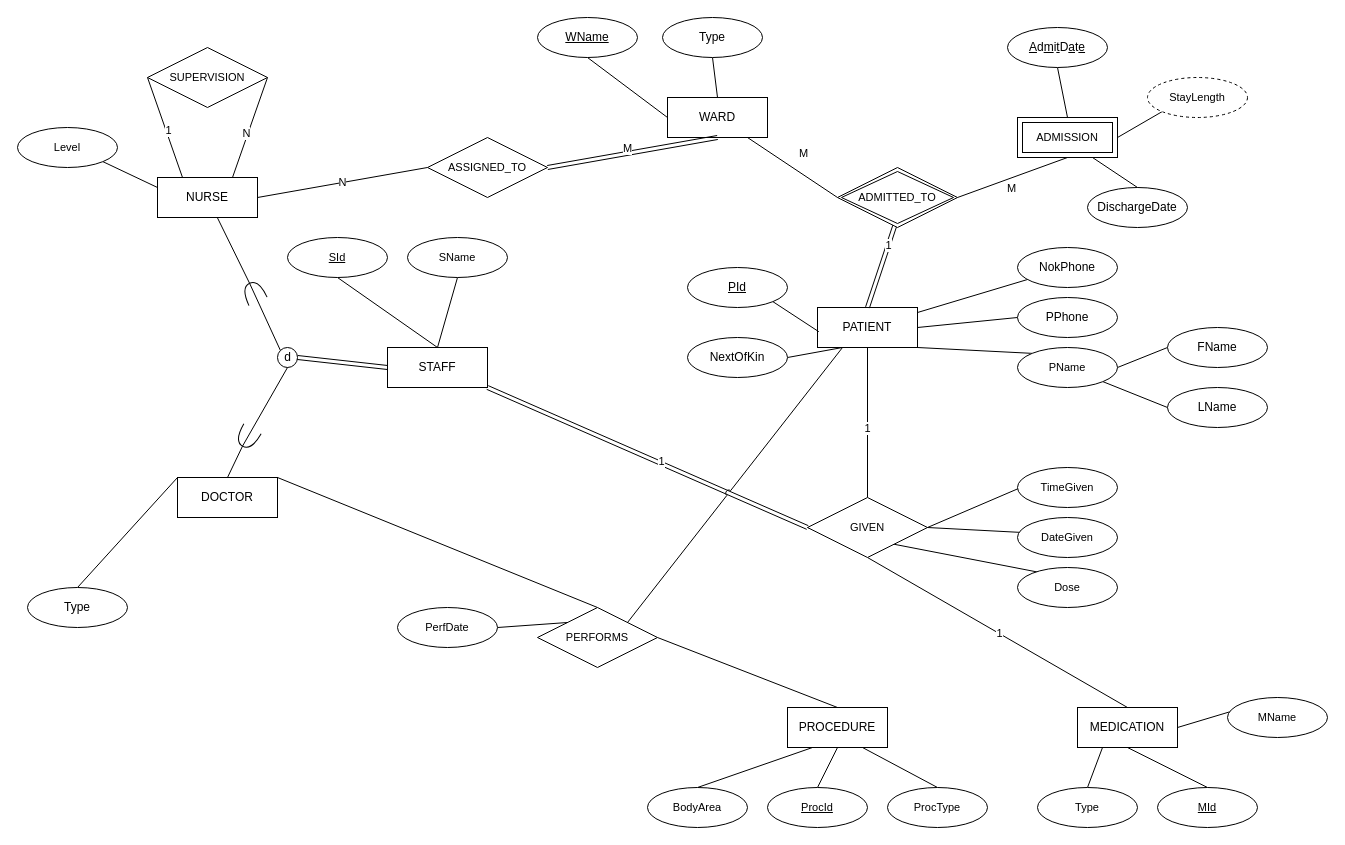
alexwhite1995/Assignments keeps this draw.io diagram as Untitled Diagram.drawio. Above is the earlier version. Source tidied: cells renumbered, new cells numbered last; positions are measured from the earlier drawing's top-left corner, leaving out a move shared by most shapes. Both pictures are drawn from the tidied source at 100%, with x=0, y=0 at pixel (17, 17).
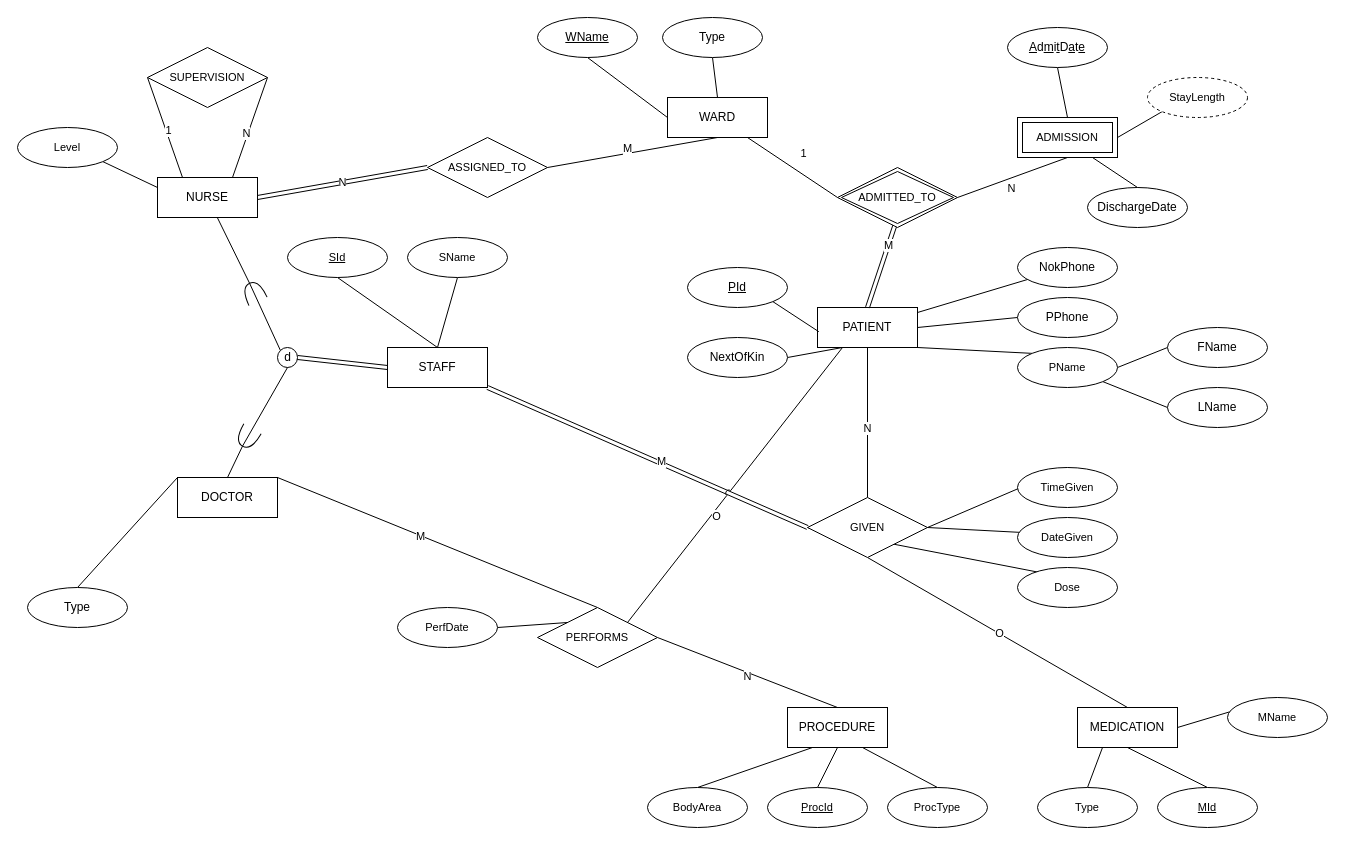
The same page after the edit.

Unchanged cells that the change refers to:
```xml
<mxCell id="6" style="edgeStyle=none;rounded=0;jettySize=auto;html=1;exitX=1;exitY=1;exitDx=0;exitDy=0;entryX=0;entryY=0.5;entryDx=0;entryDy=0;strokeColor=default;align=center;verticalAlign=middle;fontFamily=Helvetica;fontSize=11;fontColor=default;labelBackgroundColor=default;endArrow=none;endFill=0;shape=link;" parent="1" edge="1" source="11" target="63">
  <mxGeometry relative="1" as="geometry" />
</mxCell>
<mxCell id="10" style="edgeStyle=none;rounded=0;jettySize=auto;html=1;exitX=1;exitY=0;exitDx=0;exitDy=0;entryX=0.5;entryY=0;entryDx=0;entryDy=0;strokeColor=default;align=center;verticalAlign=middle;fontFamily=Helvetica;fontSize=11;fontColor=default;labelBackgroundColor=default;endArrow=none;endFill=0;" parent="1" edge="1" source="21" target="69">
  <mxGeometry relative="1" as="geometry" />
</mxCell>
<mxCell id="12" style="edgeStyle=none;rounded=0;jettySize=auto;html=1;entryX=0.5;entryY=1;entryDx=0;entryDy=0;strokeColor=default;align=center;verticalAlign=middle;fontFamily=Helvetica;fontSize=11;fontColor=default;labelBackgroundColor=default;endArrow=none;endFill=0;exitX=0.5;exitY=0;exitDx=0;exitDy=0;" parent="1" edge="1" source="63" target="4">
  <mxGeometry relative="1" as="geometry" />
</mxCell>
<mxCell id="15" value="MEDICATION" style="whiteSpace=wrap;html=1;align=center;" parent="1" vertex="1">
  <mxGeometry x="1060" y="690" width="100" height="40" as="geometry" />
</mxCell>
<mxCell id="16" style="edgeStyle=none;rounded=0;jettySize=auto;html=1;exitX=0.5;exitY=0;exitDx=0;exitDy=0;entryX=1;entryY=0.5;entryDx=0;entryDy=0;strokeColor=default;align=center;verticalAlign=middle;fontFamily=Helvetica;fontSize=11;fontColor=default;labelBackgroundColor=default;endArrow=none;endFill=0;" parent="1" edge="1" source="17" target="69">
  <mxGeometry relative="1" as="geometry" />
</mxCell>
<mxCell id="20" value="WARD" style="whiteSpace=wrap;html=1;align=center;" parent="1" vertex="1">
  <mxGeometry x="650" y="80" width="100" height="40" as="geometry" />
</mxCell>
<mxCell id="22" value="NURSE" style="whiteSpace=wrap;html=1;align=center;" parent="1" vertex="1">
  <mxGeometry x="140" y="160" width="100" height="40" as="geometry" />
</mxCell>
<mxCell id="30" style="rounded=0;jettySize=auto;html=1;endArrow=none;endFill=0;exitX=0;exitY=0.5;exitDx=0;exitDy=0;" parent="1" edge="1" source="37" target="20">
  <mxGeometry relative="1" as="geometry" />
</mxCell>
<mxCell id="32" style="rounded=0;jettySize=auto;html=1;exitX=0.5;exitY=0;exitDx=0;exitDy=0;entryX=0.5;entryY=0.833;entryDx=0;entryDy=0;entryPerimeter=0;endArrow=none;endFill=0;shape=link;" parent="1" edge="1" source="4" target="37">
  <mxGeometry relative="1" as="geometry" />
</mxCell>
<mxCell id="38" style="edgeStyle=none;rounded=0;jettySize=auto;html=1;exitX=0.5;exitY=1;exitDx=0;exitDy=0;entryX=1;entryY=0.5;entryDx=0;entryDy=0;strokeColor=default;align=center;verticalAlign=middle;fontFamily=Helvetica;fontSize=11;fontColor=default;labelBackgroundColor=default;endArrow=none;endFill=0;" parent="1" edge="1" source="43" target="37">
  <mxGeometry relative="1" as="geometry" />
</mxCell>
<mxCell id="57" value="ASSIGNED_TO" style="shape=rhombus;perimeter=rhombusPerimeter;whiteSpace=wrap;html=1;align=center;fontFamily=Helvetica;fontSize=11;fontColor=default;labelBackgroundColor=default;" parent="1" vertex="1">
  <mxGeometry x="410" y="120" width="120" height="60" as="geometry" />
</mxCell>
<mxCell id="63" value="GIVEN" style="shape=rhombus;perimeter=rhombusPerimeter;whiteSpace=wrap;html=1;align=center;fontFamily=Helvetica;fontSize=11;fontColor=default;labelBackgroundColor=default;" parent="1" vertex="1">
  <mxGeometry x="790" y="480" width="120" height="60" as="geometry" />
</mxCell>
<mxCell id="68" style="edgeStyle=none;rounded=0;jettySize=auto;html=1;exitX=1;exitY=0;exitDx=0;exitDy=0;entryX=0.25;entryY=1;entryDx=0;entryDy=0;strokeColor=default;align=center;verticalAlign=middle;fontFamily=Helvetica;fontSize=11;fontColor=default;labelBackgroundColor=default;endArrow=none;endFill=0;jumpStyle=arc;" parent="1" edge="1" source="69" target="4">
  <mxGeometry relative="1" as="geometry" />
</mxCell>
```

Change to the diagram source:
```diff
@@
-    <mxCell id="5" value="N" style="edgeStyle=none;rounded=0;jettySize=auto;html=1;entryX=0;entryY=0.5;entryDx=0;entryDy=0;strokeColor=default;align=center;verticalAlign=middle;fontFamily=Helvetica;fontSize=11;fontColor=default;labelBackgroundColor=default;endArrow=none;endFill=0;exitX=1;exitY=0.5;exitDx=0;exitDy=0;" parent="1" edge="1" source="22" target="57">
+    <mxCell id="5" value="N" style="edgeStyle=none;rounded=0;jettySize=auto;html=1;entryX=0;entryY=0.5;entryDx=0;entryDy=0;strokeColor=default;align=center;verticalAlign=middle;fontFamily=Helvetica;fontSize=11;fontColor=default;labelBackgroundColor=default;endArrow=none;endFill=0;exitX=1;exitY=0.5;exitDx=0;exitDy=0;shape=link;" parent="1" edge="1" source="22" target="57">
       <mxGeometry relative="1" as="geometry" />
     </mxCell>
@@
-    <mxCell id="7" value="1" style="edgeLabel;html=1;align=center;verticalAlign=middle;fontFamily=Helvetica;fontSize=11;fontColor=default;labelBackgroundColor=default;" parent="6" vertex="1">
+    <mxCell id="7" value="M" style="edgeLabel;html=1;align=center;verticalAlign=middle;fontFamily=Helvetica;fontSize=11;fontColor=default;labelBackgroundColor=default;" parent="6" vertex="1">
       <mxGeometry x="0.08" y="2" relative="1" as="geometry" />
     </mxCell>
@@
+    <mxCell id="97" value="M" style="edgeLabel;html=1;align=center;verticalAlign=middle;fontFamily=Helvetica;fontSize=11;fontColor=default;labelBackgroundColor=default;" parent="10" vertex="1">
+      <mxGeometry x="-0.11" y="-1" relative="1" as="geometry" />
+    </mxCell>
@@
-    <mxCell id="13" value="1" style="edgeLabel;html=1;align=center;verticalAlign=middle;fontFamily=Helvetica;fontSize=11;fontColor=default;labelBackgroundColor=default;" parent="12" vertex="1">
+    <mxCell id="13" value="N" style="edgeLabel;html=1;align=center;verticalAlign=middle;fontFamily=Helvetica;fontSize=11;fontColor=default;labelBackgroundColor=default;" parent="12" vertex="1">
       <mxGeometry x="-0.07" y="1" relative="1" as="geometry" />
     </mxCell>
@@
+    <mxCell id="98" value="N" style="edgeLabel;html=1;align=center;verticalAlign=middle;fontFamily=Helvetica;fontSize=11;fontColor=default;labelBackgroundColor=default;" parent="16" vertex="1">
+      <mxGeometry x="-0.02" y="3" relative="1" as="geometry">
+        <mxPoint x="-1" as="offset" />
+      </mxGeometry>
+    </mxCell>
@@
-    <mxCell id="31" value="M" style="edgeLabel;html=1;align=center;verticalAlign=middle;" parent="30" vertex="1">
+    <mxCell id="31" value="1" style="edgeLabel;html=1;align=center;verticalAlign=middle;" parent="30" vertex="1">
       <mxGeometry x="0.07" y="-1" relative="1" as="geometry">
         <mxPoint x="13" y="-11" as="offset" />
       </mxGeometry>
     </mxCell>
@@
-    <mxCell id="33" value="1" style="edgeLabel;html=1;align=center;verticalAlign=middle;" parent="32" vertex="1">
+    <mxCell id="33" value="M" style="edgeLabel;html=1;align=center;verticalAlign=middle;" parent="32" vertex="1">
       <mxGeometry x="0.01" y="-2" relative="1" as="geometry">
         <mxPoint x="3" y="-18" as="offset" />
       </mxGeometry>
     </mxCell>
@@
-    <mxCell id="39" value="M" style="edgeLabel;html=1;align=center;verticalAlign=middle;fontFamily=Helvetica;fontSize=11;fontColor=default;labelBackgroundColor=default;" parent="38" vertex="1">
+    <mxCell id="39" value="N" style="edgeLabel;html=1;align=center;verticalAlign=middle;fontFamily=Helvetica;fontSize=11;fontColor=default;labelBackgroundColor=default;" parent="38" vertex="1">
       <mxGeometry x="0.28" y="1" relative="1" as="geometry">
         <mxPoint x="14" y="4" as="offset" />
       </mxGeometry>
     </mxCell>
@@
-    <mxCell id="58" style="edgeStyle=none;rounded=0;jettySize=auto;html=1;exitX=0.5;exitY=1;exitDx=0;exitDy=0;entryX=1;entryY=0.5;entryDx=0;entryDy=0;strokeColor=default;align=center;verticalAlign=middle;fontFamily=Helvetica;fontSize=11;fontColor=default;labelBackgroundColor=default;endArrow=none;endFill=0;shape=link;" parent="1" edge="1" source="20" target="57">
+    <mxCell id="58" style="edgeStyle=none;rounded=0;jettySize=auto;html=1;exitX=0.5;exitY=1;exitDx=0;exitDy=0;entryX=1;entryY=0.5;entryDx=0;entryDy=0;strokeColor=default;align=center;verticalAlign=middle;fontFamily=Helvetica;fontSize=11;fontColor=default;labelBackgroundColor=default;endArrow=none;endFill=0;" parent="1" edge="1" source="20" target="57">
       <mxGeometry relative="1" as="geometry" />
     </mxCell>
@@
-    <mxCell id="60" value="1" style="edgeStyle=none;rounded=0;jettySize=auto;html=1;exitX=0.5;exitY=1;exitDx=0;exitDy=0;entryX=0.5;entryY=0;entryDx=0;entryDy=0;strokeColor=default;align=center;verticalAlign=middle;fontFamily=Helvetica;fontSize=11;fontColor=default;labelBackgroundColor=default;endArrow=none;endFill=0;" parent="1" edge="1" source="63" target="15">
+    <mxCell id="60" value="O" style="edgeStyle=none;rounded=0;jettySize=auto;html=1;exitX=0.5;exitY=1;exitDx=0;exitDy=0;entryX=0.5;entryY=0;entryDx=0;entryDy=0;strokeColor=default;align=center;verticalAlign=middle;fontFamily=Helvetica;fontSize=11;fontColor=default;labelBackgroundColor=default;endArrow=none;endFill=0;" parent="1" edge="1" source="63" target="15">
       <mxGeometry x="0.01" relative="1" as="geometry" />
     </mxCell>
@@
+    <mxCell id="99" value="O" style="edgeLabel;html=1;align=center;verticalAlign=middle;fontFamily=Helvetica;fontSize=11;fontColor=default;labelBackgroundColor=default;" parent="68" vertex="1">
+      <mxGeometry x="-0.21" y="-4" relative="1" as="geometry" />
+    </mxCell>
```
